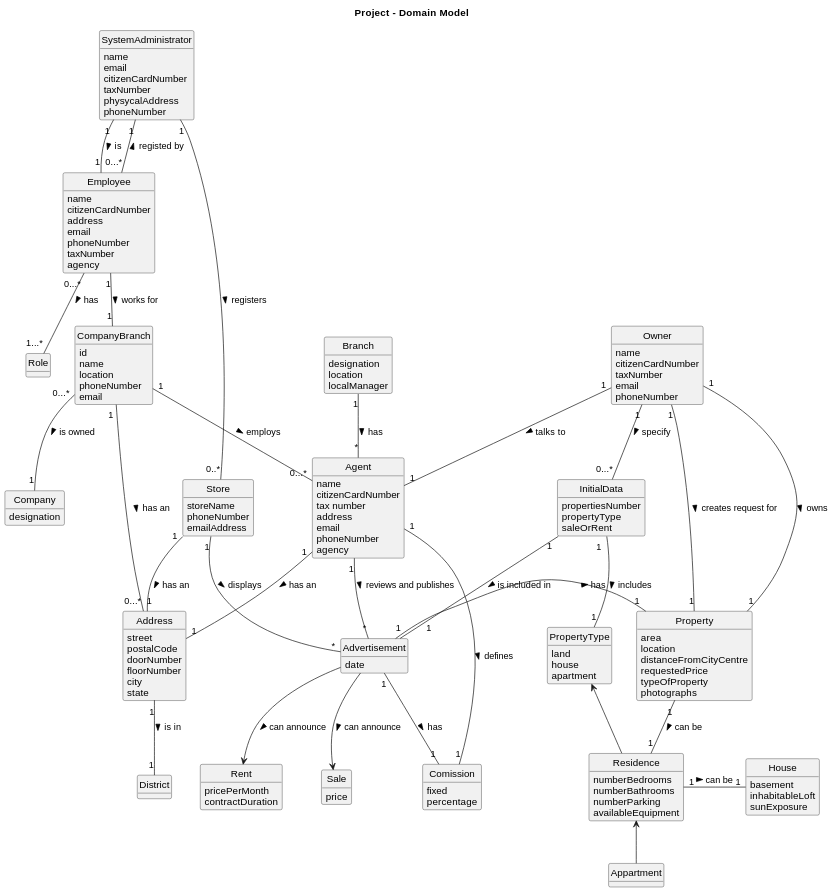
The PlantUML diagram docs/sprintA/global-artifacts/02.analysis/svg/project-domain-model-Project___Domain_Model.svg in 1220812/LAPR2, before a commit.
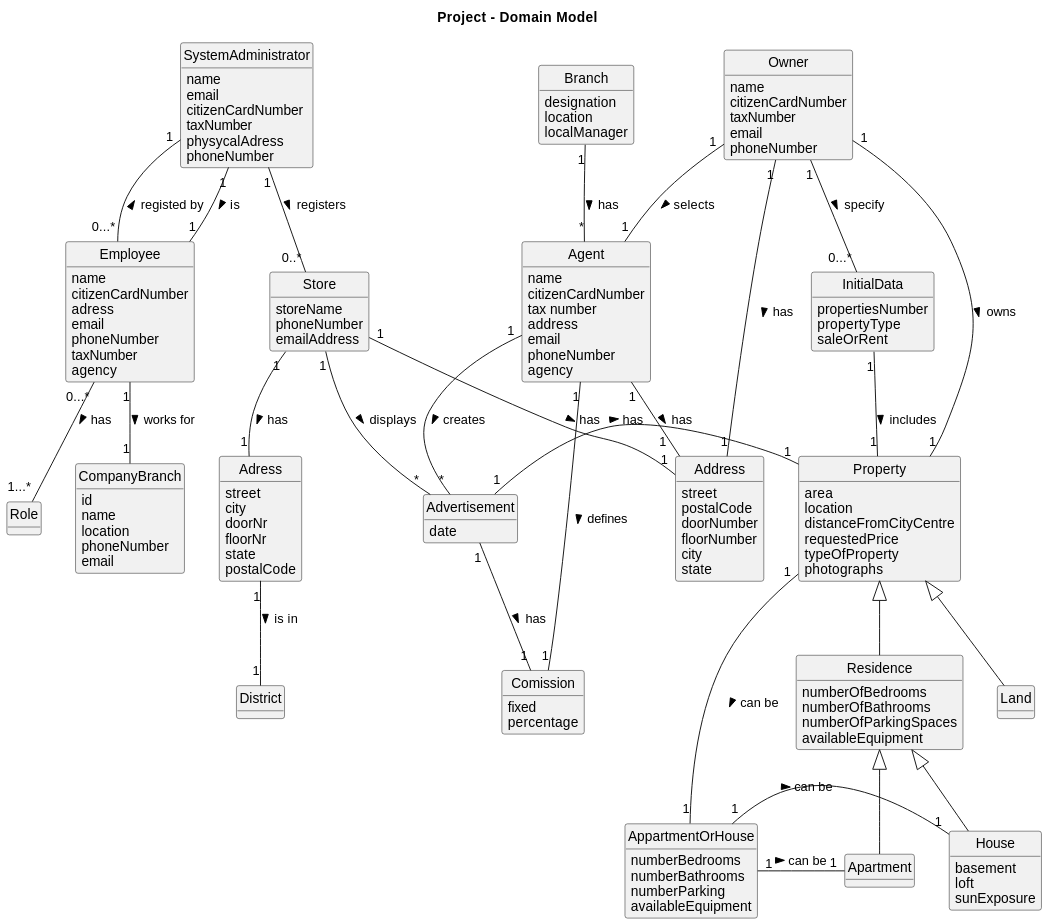
Later version of the same file.

Commit message:
global domain model correct

The edit, as a diff of the source:
```diff
@@ -11,10 +11,26 @@
 
 title Project - Domain Model
 
+class Adress{
+street
+city
+doorNr
+floorNr
+state
+postalCode
+}
+
 class District {
 }
 
+class Advertisement {
+}
 
+class Store {
+    storeName
+    phoneNumber
+    emailAddress
+}
 class Branch {
     designation
     location
@@ -39,35 +55,34 @@
     typeOfProperty
     photographs
 }
+class Residence{
+numberOfBedrooms
+numberOfBathrooms
+numberOfParkingSpaces
+availableEquipment
+}
 
 class Advertisement {
     date
 }
 
-class Residence {
+class AppartmentOrHouse {
     numberBedrooms
     numberBathrooms
     numberParking
     availableEquipment
 }
 
-class House {
-    basement
-    inhabitableLoft
-    sunExposure
-}
-
 class Comission {
     fixed
     percentage
 }
-
 class SystemAdministrator{
   name
   email
   citizenCardNumber
   taxNumber
-  physycalAddress
+  physycalAdress
   phoneNumber
 }
 
@@ -75,7 +90,7 @@
 class Employee {
     name
     citizenCardNumber
-    address
+    adress
     email
     phoneNumber
     taxNumber
@@ -90,16 +105,16 @@
 email
 }
 
+class Owner{
+name
+citizenCardNumber
+taxNumber
+email
+phoneNumber
+}
+
 class Role{
 }
-
-
-class Store {
-    storeName
-    phoneNumber
-    emailAddress
-}
-
 class Address {
     street
     postalCode
@@ -108,82 +123,55 @@
     city
     state
 }
-class Owner{
-name
-citizenCardNumber
-taxNumber
-email
-phoneNumber
-}
-
-class Appartment{
-}
-
-class Company{
-designation
-}
-
 class InitialData{
 propertiesNumber
 propertyType
 saleOrRent
 }
-
-class PropertyType{
-land
-house
-apartment
+class House{
+basement
+loft
+sunExposure
 }
 
-class Rent{
-pricePerMonth
-contractDuration
+class Apartment{
+}
+class Land{
 }
 
-class Sale{
-price
-}
-
-CompanyBranch "0...*" -- "1" Company : is owned >
-CompanyBranch "1    " -- "0...*" Agent : employs >
-CompanyBranch "1 " -- "0...*" Address : has an >
 
 SystemAdministrator "1" -- "0..*" Store : registers >
+Store "1" -- "1" Address : has  >
+
 SystemAdministrator "1"--"0...*" Employee: registed by <
 SystemAdministrator "1"--"1" Employee: is >
-
-Store "1" -- "1" Address : has an >
-Store "1"-- "*" Advertisement : displays >
-
 Employee "1"--"1" CompanyBranch: works for >
 Employee "0...*"--"1...*" Role: has >
-
-Agent "1" -- "1  " Address : has an >
-Agent "1" -- "*" Advertisement : reviews and publishes >
+Branch "1" -- "*" Agent : has >
+Agent "1" -- "*" Advertisement : creates >
+Owner "1" -- "1" Property : owns >
+Advertisement "1" - "1" Property : has >
+Property "1" -- "1" AppartmentOrHouse : can be >
+AppartmentOrHouse "1" - "1" House : can be >
+AppartmentOrHouse "1" - "1" Apartment : can be >
+Advertisement "1" -- "1" Comission : has >
 Agent "1" - "1" Comission : defines >
 
+Store "1"-- "*" Advertisement : displays >
+Store "1" -- "1" Adress : has  >
+Adress "1" -- "1" District : is in >
+
+Agent "1" -- "1  " Address : has  >
+
 Owner "1" -- "0...*" InitialData : specify >
-Owner "1" -- "1" Property : creates request for >
-Owner "1" -- "1" Property : owns >
-Owner "1" -- "1" Agent: talks to >
+Owner "1" -- "1" Agent : selects >
+Owner "1" -- "1" Address : has  >
 
-InitialData "1  " -- "1" PropertyType : includes >
-InitialData "1" -- "      1" Advertisement : is included in >
+InitialData "1" -- "1" Property : includes >
 
-PropertyType <-- Residence
+Property <|--  Residence
+Property <|-- Land
 
-Residence <-- Appartment
-
-Advertisement --> Sale : can announce >
-Advertisement --> Rent : can announce >
-Advertisement "1" -- "1" Comission : has >
-Advertisement "1" - "1" Property : has >
-
-Branch "1" -- "*" Agent : has >
-
-Property "1" -- "1" Residence : can be >
-
-Residence "1" - "1" House : can be >
-
-Address "1" -- "1" District : is in >
+Residence <|-- House
+Residence <|-- Apartment
 @enduml
```
